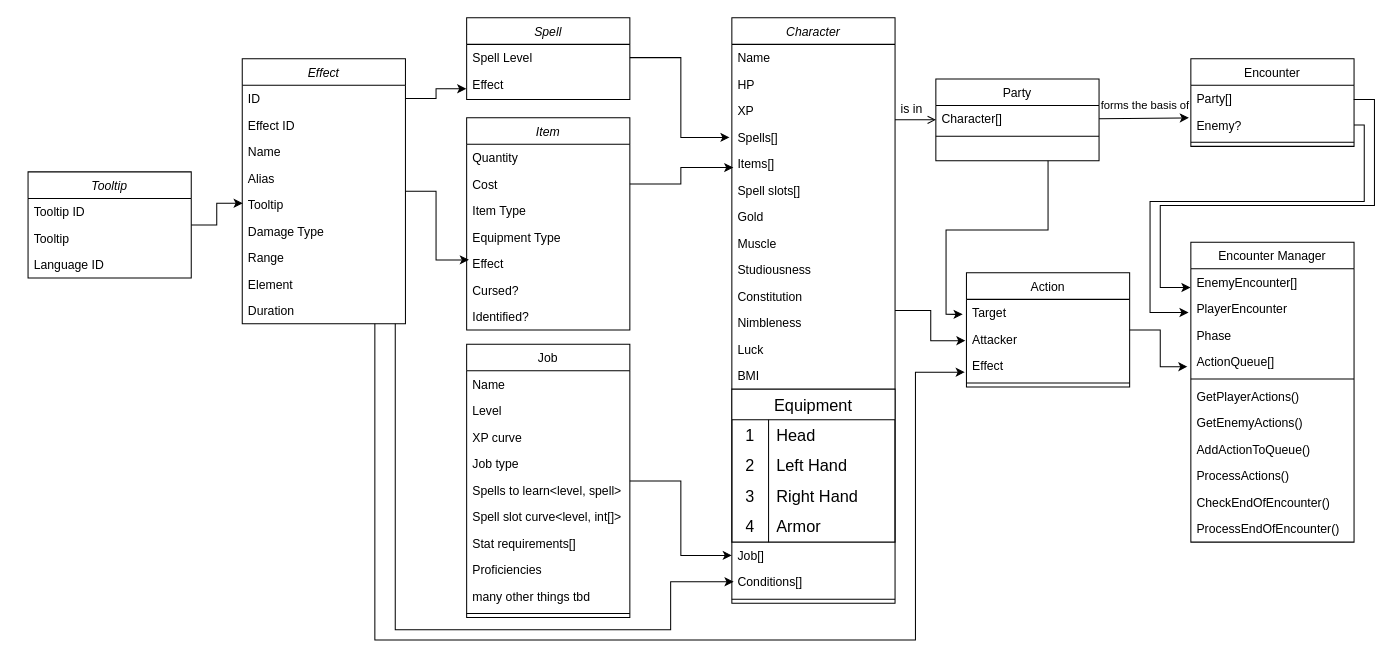
Above: classes.drawio in Schir/rpg-backend (draw.io), before the change. Source tidied: cells renumbered, new cells numbered last; positions are measured from the earlier drawing's top-left corner, leaving out a move shared by most shapes. Both pictures are drawn from the tidied source at 102%, with x=0, y=0 at pixel (28, 17).
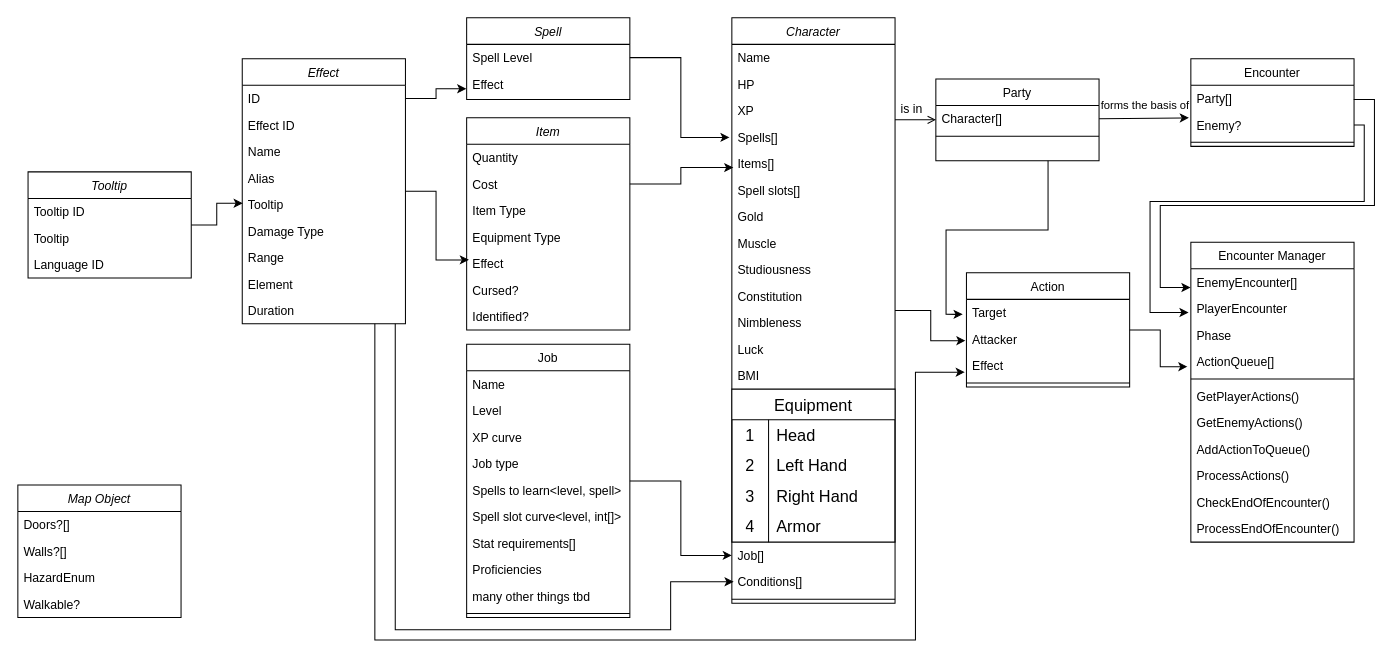
After the change.

The edit, as a diff of the source:
```diff
@@
+    <mxCell id="109" value="Map Object" style="swimlane;fontStyle=2;align=center;verticalAlign=top;horizontal=1;startSize=26;rounded=0;shadow=0;strokeWidth=1;" parent="1" vertex="1">
+      <mxGeometry x="-10" y="458" width="160" height="130" as="geometry" />
+    </mxCell>
+    <mxCell id="110" value="Doors?[]" style="text;align=left;verticalAlign=top;spacingLeft=4;spacingRight=4;overflow=hidden;rounded=0;shadow=0;html=0;" parent="109" vertex="1">
+      <mxGeometry y="26" width="160" height="26" as="geometry" />
+    </mxCell>
+    <mxCell id="111" value="Walls?[]" style="text;align=left;verticalAlign=top;spacingLeft=4;spacingRight=4;overflow=hidden;rounded=0;shadow=0;html=0;" parent="109" vertex="1">
+      <mxGeometry y="52" width="160" height="26" as="geometry" />
+    </mxCell>
+    <mxCell id="112" value="HazardEnum" style="text;align=left;verticalAlign=top;spacingLeft=4;spacingRight=4;overflow=hidden;rounded=0;shadow=0;html=0;" parent="109" vertex="1">
+      <mxGeometry y="78" width="160" height="26" as="geometry" />
+    </mxCell>
+    <mxCell id="113" value="Walkable?" style="text;align=left;verticalAlign=top;spacingLeft=4;spacingRight=4;overflow=hidden;rounded=0;shadow=0;html=0;" parent="109" vertex="1">
+      <mxGeometry y="104" width="160" height="26" as="geometry" />
+    </mxCell>
```
